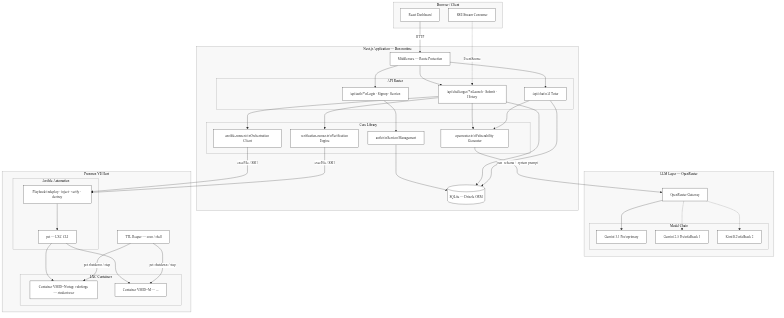
This is mermaid/from-spec/system_architecture.png from Haris-AK/vulnforge-dissertation, a Mermaid export, as it was before one commit. Its source is kept beside it as mermaid/from-spec/system_architecture.mmd. Source of this version:
```mermaid
%%{init: {
  "flowchart": {
    "htmlLabels": true,
    "nodeSpacing": 36,
    "rankSpacing": 50,
    "curve": "basis"
  },
  "theme": "base",
  "themeVariables": {
    "fontFamily": "Times New Roman, serif",
    "fontSize": "13px",
    "primaryColor": "#ffffff",
    "primaryBorderColor": "#333333",
    "lineColor": "#333333",
    "clusterBkg": "#f8f8f8",
    "clusterBorder": "#999999"
  }
}}%%
graph TB
    subgraph Client["Browser / Client"]
        UI[React Dashboard]
        SSE[SSE Stream Consumer]
    end

    subgraph NextJS["Next.js Application — Bun runtime"]
        MW[Middleware — Route Protection]

        subgraph Routes["API Routes"]
            API_AUTH["/api/auth/*\nLogin · Signup · Session"]
            API_CHALLENGES["/api/challenges/*\nLaunch · Submit · History"]
            API_CHAT["/api/chat\nAI Tutor"]
        end

        subgraph Lib["Core Library"]
            GEN[openrouter.ts\nVulnerability Generator]
            ANS[ansible-runner.ts\nOrchestration Client]
            VER[verification-runner.ts\nVerification Engine]
            AUTH[auth.ts\nSession Management]
        end

        DB[(SQLite — Drizzle ORM)]
    end

    subgraph LLM["LLM Layer — OpenRouter"]
        OR[OpenRouter Gateway]
        subgraph Models["Model Chain"]
            GM[Gemini 3.1 Pro\nprimary]
            GM2[Gemini 2.5 Pro\nfallback 1]
            KI[Kimi K2\nfallback 2]
        end
    end

    subgraph Proxmox["Proxmox VE Host"]
        subgraph Automation["Ansible Automation"]
            ANS_PB[Playbooks\ndeploy · inject · verify · destroy]
            PCT[pct — LXC CLI]
        end
        REAPER[TTL Reaper — cron / shell]

        subgraph LXC["LXC Containers"]
            C1[Container VMID=N\ntag: vulnforge — student user]
            C2[Container VMID=M — ...]
        end
    end

    UI -->|HTTP| MW
    MW --> API_AUTH
    MW --> API_CHALLENGES
    MW --> API_CHAT
    SSE -.->|EventSource| API_CHALLENGES

    API_CHALLENGES --> GEN
    API_CHALLENGES --> ANS
    API_CHALLENGES --> VER
    API_AUTH --> AUTH
    API_CHAT --> GEN

    GEN -->|json_schema + system prompt| OR
    OR --> GM
    OR -.-> GM2
    OR -.-> KI

    ANS -->|execFile / SSH| ANS_PB
    VER -->|execFile / SSH| ANS_PB
    ANS_PB --> PCT
    PCT --> C1
    PCT --> C2

    REAPER -->|pct shutdown / stop| C1
    REAPER -->|pct shutdown / stop| C2

    AUTH --> DB
    API_CHALLENGES --> DB
    API_CHAT --> DB
```
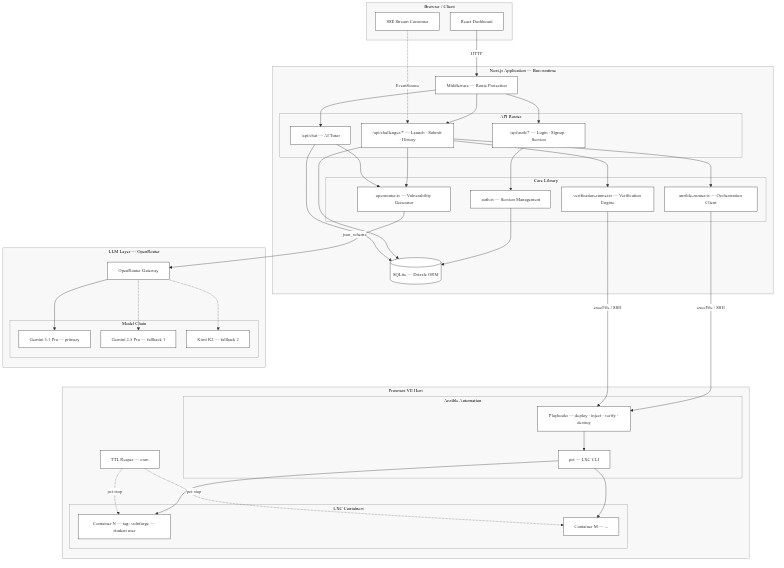
The same file after the commit.

The edit, as a diff of the source:
```diff
@@ -1,8 +1,8 @@
 %%{init: {
   "flowchart": {
     "htmlLabels": true,
-    "nodeSpacing": 36,
-    "rankSpacing": 50,
+    "nodeSpacing": 30,
+    "rankSpacing": 55,
     "curve": "basis"
   },
   "theme": "base",
@@ -26,16 +26,16 @@
         MW[Middleware — Route Protection]
 
         subgraph Routes["API Routes"]
-            API_AUTH["/api/auth/*\nLogin · Signup · Session"]
-            API_CHALLENGES["/api/challenges/*\nLaunch · Submit · History"]
-            API_CHAT["/api/chat\nAI Tutor"]
+            API_AUTH["/api/auth/* — Login · Signup · Session"]
+            API_CHALLENGES["/api/challenges/* — Launch · Submit · History"]
+            API_CHAT["/api/chat — AI Tutor"]
         end
 
         subgraph Lib["Core Library"]
-            GEN[openrouter.ts\nVulnerability Generator]
-            ANS[ansible-runner.ts\nOrchestration Client]
-            VER[verification-runner.ts\nVerification Engine]
-            AUTH[auth.ts\nSession Management]
+            GEN["openrouter.ts — Vulnerability Generator"]
+            ANS["ansible-runner.ts — Orchestration Client"]
+            VER["verification-runner.ts — Verification Engine"]
+            AUTH["auth.ts — Session Management"]
         end
 
         DB[(SQLite — Drizzle ORM)]
@@ -44,51 +44,42 @@
     subgraph LLM["LLM Layer — OpenRouter"]
         OR[OpenRouter Gateway]
         subgraph Models["Model Chain"]
-            GM[Gemini 3.1 Pro\nprimary]
-            GM2[Gemini 2.5 Pro\nfallback 1]
-            KI[Kimi K2\nfallback 2]
+            GM[Gemini 3.1 Pro — primary]
+            GM2[Gemini 2.5 Pro — fallback 1]
+            KI[Kimi K2 — fallback 2]
         end
     end
 
     subgraph Proxmox["Proxmox VE Host"]
         subgraph Automation["Ansible Automation"]
-            ANS_PB[Playbooks\ndeploy · inject · verify · destroy]
+            ANS_PB["Playbooks — deploy · inject · verify · destroy"]
             PCT[pct — LXC CLI]
         end
-        REAPER[TTL Reaper — cron / shell]
+        REAPER[TTL Reaper — cron]
 
         subgraph LXC["LXC Containers"]
-            C1[Container VMID=N\ntag: vulnforge — student user]
-            C2[Container VMID=M — ...]
+            C1["Container N — tag: vulnforge — student user"]
+            C2[Container M — ...]
         end
     end
 
     UI -->|HTTP| MW
-    MW --> API_AUTH
-    MW --> API_CHALLENGES
-    MW --> API_CHAT
+    MW --> API_AUTH & API_CHALLENGES & API_CHAT
     SSE -.->|EventSource| API_CHALLENGES
 
-    API_CHALLENGES --> GEN
-    API_CHALLENGES --> ANS
-    API_CHALLENGES --> VER
+    API_CHALLENGES --> GEN & ANS & VER
     API_AUTH --> AUTH
     API_CHAT --> GEN
 
-    GEN -->|json_schema + system prompt| OR
+    GEN -->|json_schema| OR
     OR --> GM
     OR -.-> GM2
     OR -.-> KI
 
-    ANS -->|execFile / SSH| ANS_PB
-    VER -->|execFile / SSH| ANS_PB
-    ANS_PB --> PCT
-    PCT --> C1
-    PCT --> C2
+    ANS & VER -->|execFile / SSH| ANS_PB
+    ANS_PB --> PCT --> C1 & C2
+    REAPER -.->|pct stop| C1 & C2
 
-    REAPER -->|pct shutdown / stop| C1
-    REAPER -->|pct shutdown / stop| C2
+    AUTH & API_CHALLENGES & API_CHAT --> DB
 
-    AUTH --> DB
-    API_CHALLENGES --> DB
-    API_CHAT --> DB
+    KI ~~~ ANS_PB
```
